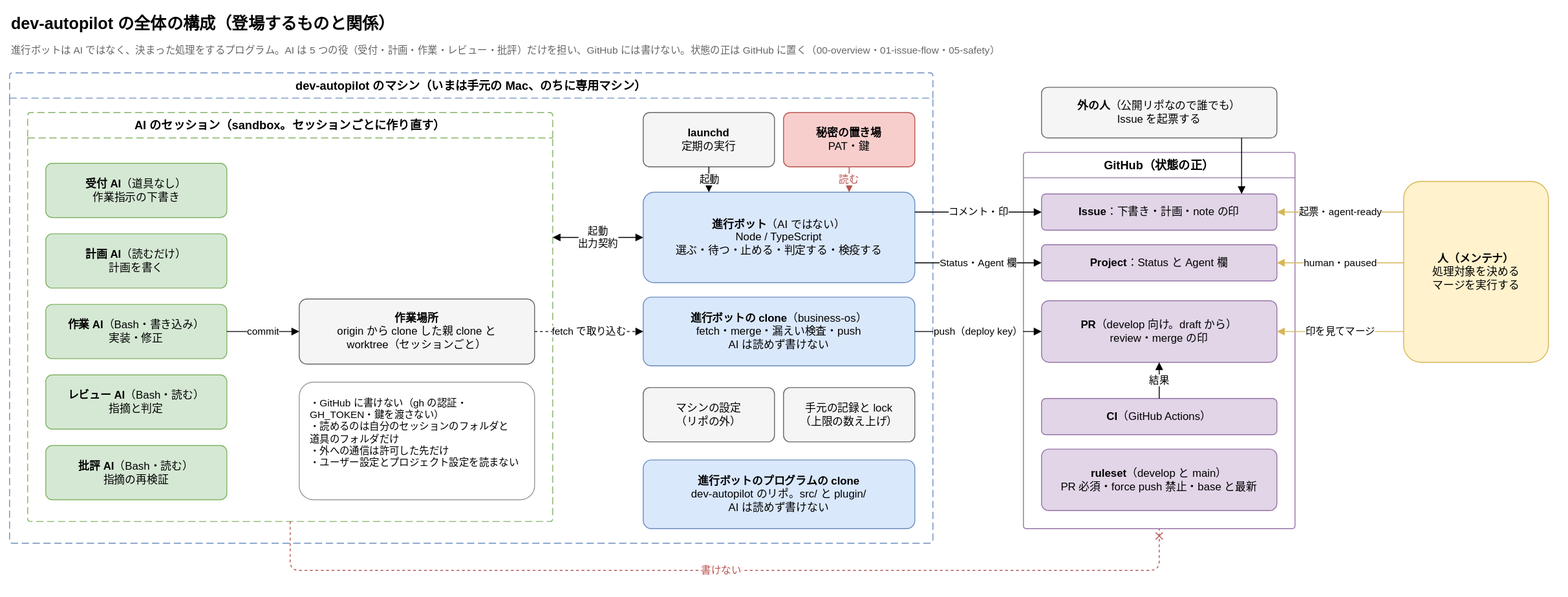
Before: docs/diagrams/overview.drawio.svg, a diagram exported from draw.io (Joymerrevent/dev-autopilot). Source tidied: cells renumbered, new cells last; positions are measured from the earlier drawing's top-left corner, leaving out a move shared by most shapes.
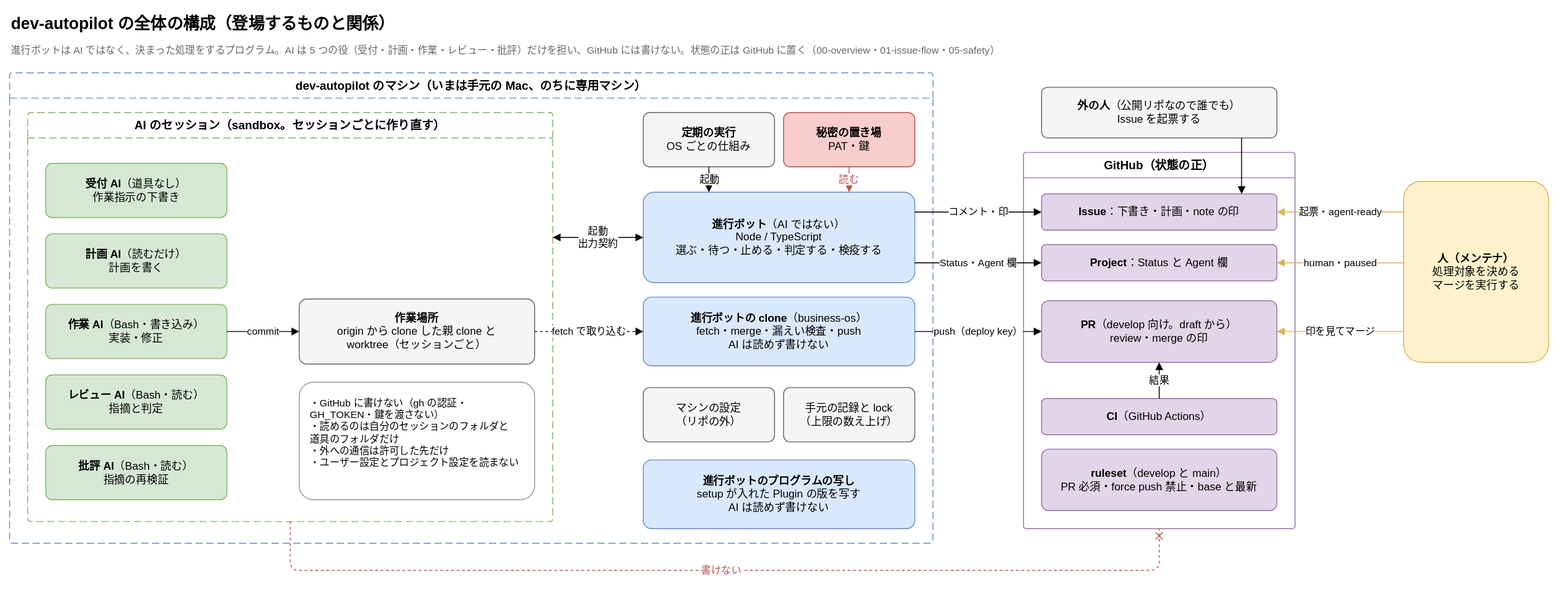
Later version of the same file.

Commit message:
docs: 構成・全体・隔離と鍵の図を、Plugin に同封して写しから動かす形に直す

What changed in the source:
```diff
@@ -35,7 +35,7 @@
     <mxCell id="12" value="・GitHub に書けない（gh の認証・GH_TOKEN・鍵を渡さない）&lt;br&gt;・読めるのは自分のセッションのフォルダと&lt;br&gt;道具のフォルダだけ&lt;br&gt;・外への通信は許可した先だけ&lt;br&gt;・ユーザー設定とプロジェクト設定を読まない" style="rounded=1;whiteSpace=wrap;html=1;fontSize=12;arcSize=12;align=left;verticalAlign=top;fontSize=11;fillColor=#ffffff;strokeColor=#999999;spacing=12;" parent="5" vertex="1">
       <mxGeometry x="300" y="298" width="260" height="130" as="geometry" />
     </mxCell>
-    <mxCell id="13" value="&lt;b&gt;launchd&lt;/b&gt;&lt;br&gt;定期の実行" style="rounded=1;whiteSpace=wrap;html=1;fontSize=12;arcSize=12;fillColor=#f5f5f5;strokeColor=#666666;spacing=12;" parent="1" vertex="1">
+    <mxCell id="13" value="&lt;b&gt;定期の実行&lt;/b&gt;&lt;br&gt;OS ごとの仕組み" style="rounded=1;whiteSpace=wrap;html=1;fontSize=12;arcSize=12;fillColor=#f5f5f5;strokeColor=#666666;spacing=12;" parent="1" vertex="1">
       <mxGeometry x="700" y="114" width="145" height="60" as="geometry" />
     </mxCell>
     <mxCell id="14" value="&lt;b&gt;秘密の置き場&lt;/b&gt;&lt;br&gt;PAT・鍵" style="rounded=1;whiteSpace=wrap;html=1;fontSize=12;arcSize=12;fillColor=#f8cecc;strokeColor=#b85450;spacing=12;" parent="1" vertex="1">
@@ -47,7 +47,7 @@
     <mxCell id="16" value="&lt;b&gt;進行ボットの clone&lt;/b&gt;（business-os）&lt;br&gt;fetch・merge・漏えい検査・push&lt;br&gt;AI は読めず書けない" style="rounded=1;whiteSpace=wrap;html=1;fontSize=12;arcSize=12;fillColor=#dae8fc;strokeColor=#6c8ebf;spacing=12;" parent="1" vertex="1">
       <mxGeometry x="700" y="318" width="300" height="76" as="geometry" />
     </mxCell>
-    <mxCell id="17" value="&lt;b&gt;進行ボットのプログラムの clone&lt;/b&gt;&lt;br&gt;dev-autopilot のリポ。src/ と plugin/&lt;br&gt;AI は読めず書けない" style="rounded=1;whiteSpace=wrap;html=1;fontSize=12;arcSize=12;fillColor=#dae8fc;strokeColor=#6c8ebf;spacing=12;" parent="1" vertex="1">
+    <mxCell id="17" value="&lt;b&gt;進行ボットのプログラムの写し&lt;/b&gt;&lt;br&gt;setup が入れた Plugin の版を写す&lt;br&gt;AI は読めず書けない" style="rounded=1;whiteSpace=wrap;html=1;fontSize=12;arcSize=12;fillColor=#dae8fc;strokeColor=#6c8ebf;spacing=12;" parent="1" vertex="1">
       <mxGeometry x="700" y="498" width="300" height="76" as="geometry" />
     </mxCell>
     <mxCell id="18" value="マシンの設定&lt;br&gt;（リポの外）" style="rounded=1;whiteSpace=wrap;html=1;fontSize=12;arcSize=12;fillColor=#f5f5f5;strokeColor=#666666;spacing=12;" parent="1" vertex="1">
```
